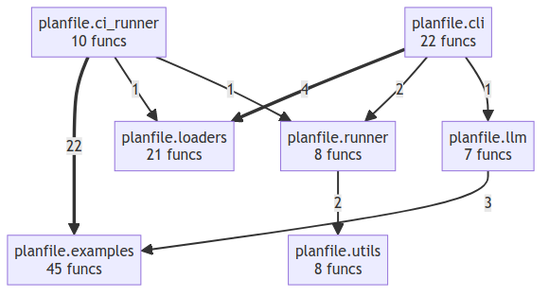
semcod/planfile keeps this Mermaid diagram as project/compact_flow.png. Above is the earlier version. Its source is kept beside it as project/compact_flow.mmd. Its diagram source:
```mermaid
flowchart TD
    planfile__ci_runner["planfile.ci_runner<br/>10 funcs"]
    planfile__cli["planfile.cli<br/>22 funcs"]
    planfile__examples["planfile.examples<br/>45 funcs"]
    planfile__llm["planfile.llm<br/>7 funcs"]
    planfile__loaders["planfile.loaders<br/>21 funcs"]
    planfile__runner["planfile.runner<br/>8 funcs"]
    planfile__utils["planfile.utils<br/>8 funcs"]
    planfile__ci_runner ==>|22| planfile__examples
    planfile__cli ==>|4| planfile__loaders
    planfile__llm -->|3| planfile__examples
    planfile__runner -->|2| planfile__utils
    planfile__cli -->|2| planfile__runner
    planfile__cli -->|1| planfile__llm
    planfile__ci_runner -->|1| planfile__loaders
    planfile__ci_runner -->|1| planfile__runner
```
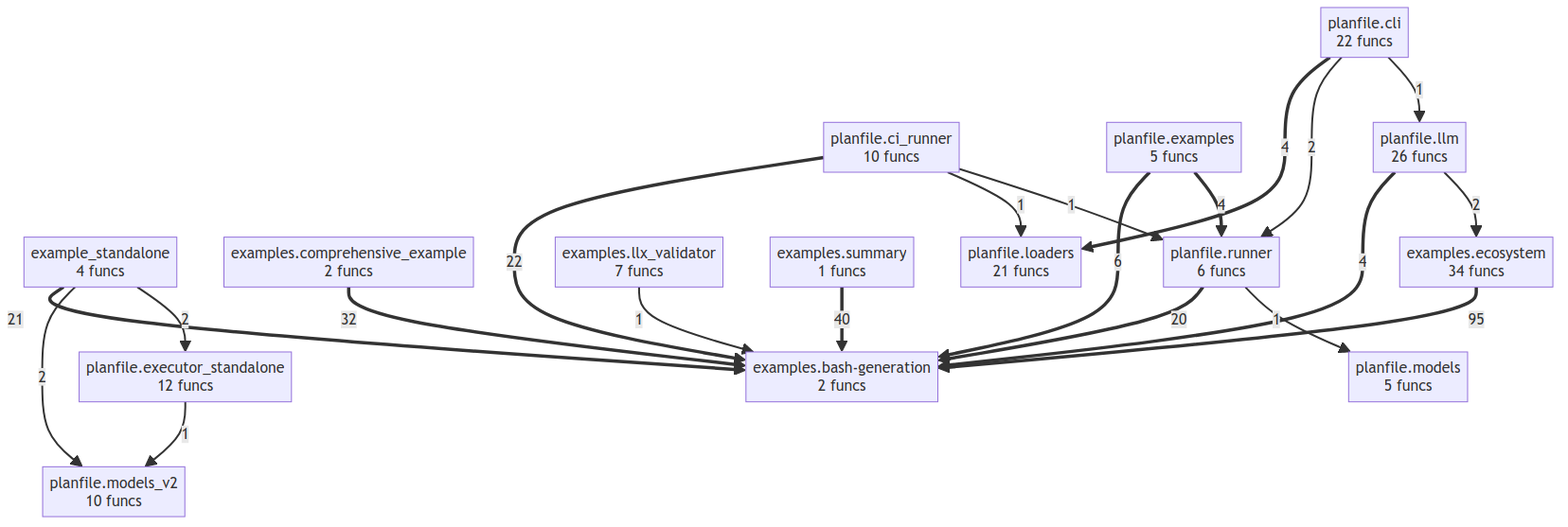
Above is the later version.

What changed in the source:
```diff
@@ -1,16 +1,36 @@
 flowchart TD
+    example_standalone["example_standalone<br/>4 funcs"]
+    examples__bash_generation["examples.bash-generation<br/>2 funcs"]
+    examples__comprehensive_example["examples.comprehensive_example<br/>2 funcs"]
+    examples__ecosystem["examples.ecosystem<br/>34 funcs"]
+    examples__llx_validator["examples.llx_validator<br/>7 funcs"]
+    examples__summary["examples.summary<br/>1 funcs"]
     planfile__ci_runner["planfile.ci_runner<br/>10 funcs"]
     planfile__cli["planfile.cli<br/>22 funcs"]
-    planfile__examples["planfile.examples<br/>45 funcs"]
-    planfile__llm["planfile.llm<br/>7 funcs"]
+    planfile__examples["planfile.examples<br/>5 funcs"]
+    planfile__executor_standalone["planfile.executor_standalone<br/>12 funcs"]
+    planfile__llm["planfile.llm<br/>26 funcs"]
     planfile__loaders["planfile.loaders<br/>21 funcs"]
-    planfile__runner["planfile.runner<br/>8 funcs"]
-    planfile__utils["planfile.utils<br/>8 funcs"]
-    planfile__ci_runner ==>|22| planfile__examples
+    planfile__models["planfile.models<br/>5 funcs"]
+    planfile__models_v2["planfile.models_v2<br/>10 funcs"]
+    planfile__runner["planfile.runner<br/>6 funcs"]
+    examples__ecosystem ==>|95| examples__bash_generation
+    examples__summary ==>|40| examples__bash_generation
+    examples__comprehensive_example ==>|32| examples__bash_generation
+    planfile__ci_runner ==>|22| examples__bash_generation
+    example_standalone ==>|21| examples__bash_generation
+    planfile__runner ==>|20| examples__bash_generation
+    planfile__examples ==>|6| examples__bash_generation
+    planfile__examples ==>|4| planfile__runner
     planfile__cli ==>|4| planfile__loaders
-    planfile__llm -->|3| planfile__examples
-    planfile__runner -->|2| planfile__utils
+    planfile__llm ==>|4| examples__bash_generation
+    example_standalone -->|2| planfile__models_v2
+    example_standalone -->|2| planfile__executor_standalone
     planfile__cli -->|2| planfile__runner
-    planfile__cli -->|1| planfile__llm
+    planfile__llm -->|2| examples__ecosystem
+    examples__llx_validator -->|1| examples__bash_generation
+    planfile__runner -->|1| planfile__models
+    planfile__executor_standalone -->|1| planfile__models_v2
     planfile__ci_runner -->|1| planfile__loaders
     planfile__ci_runner -->|1| planfile__runner
+    planfile__cli -->|1| planfile__llm
```
